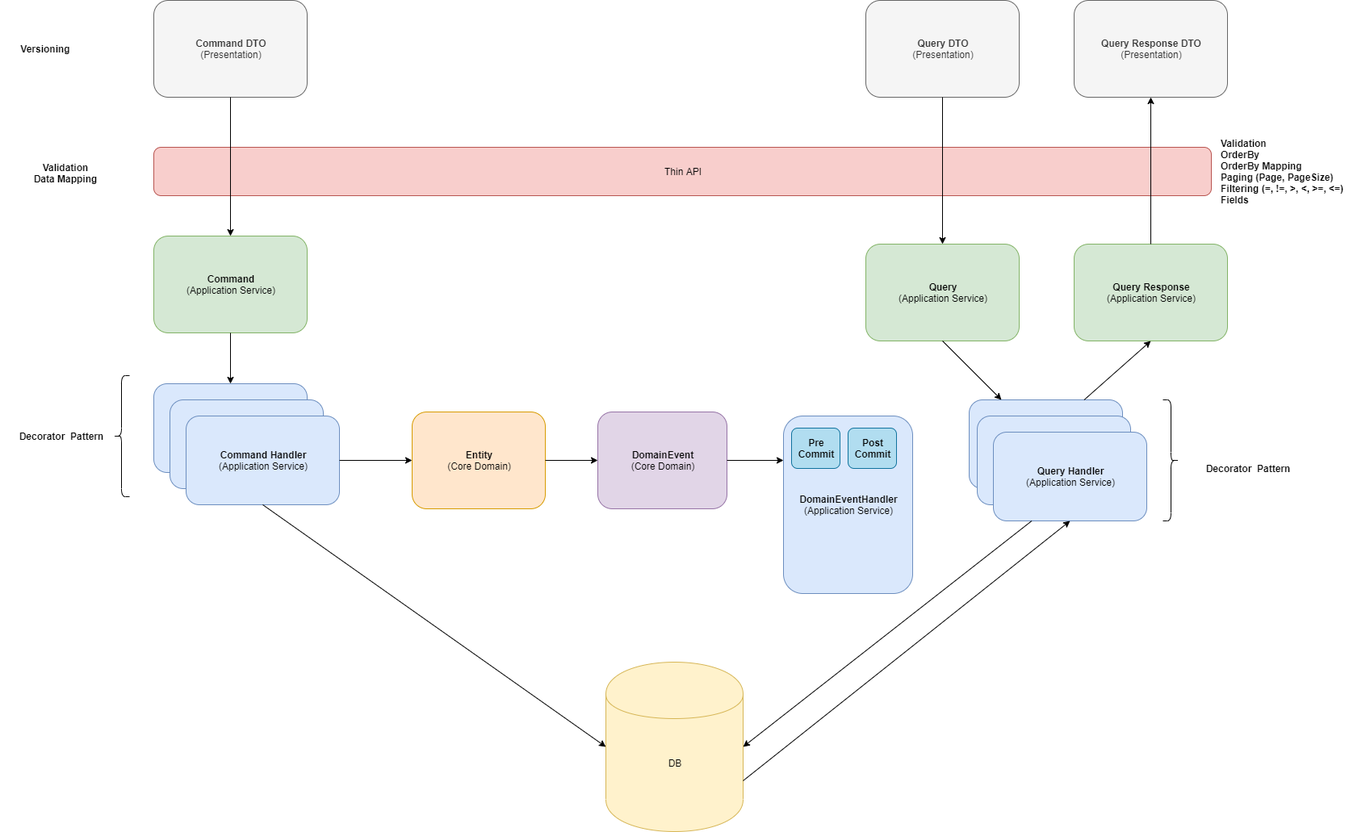
The draw.io diagram diagram.png in davidikin45/Cqrs, before a commit. Source tidied: cells renumbered, new cells last; positions are measured from the earlier drawing's top-left corner, leaving out a move shared by most shapes.
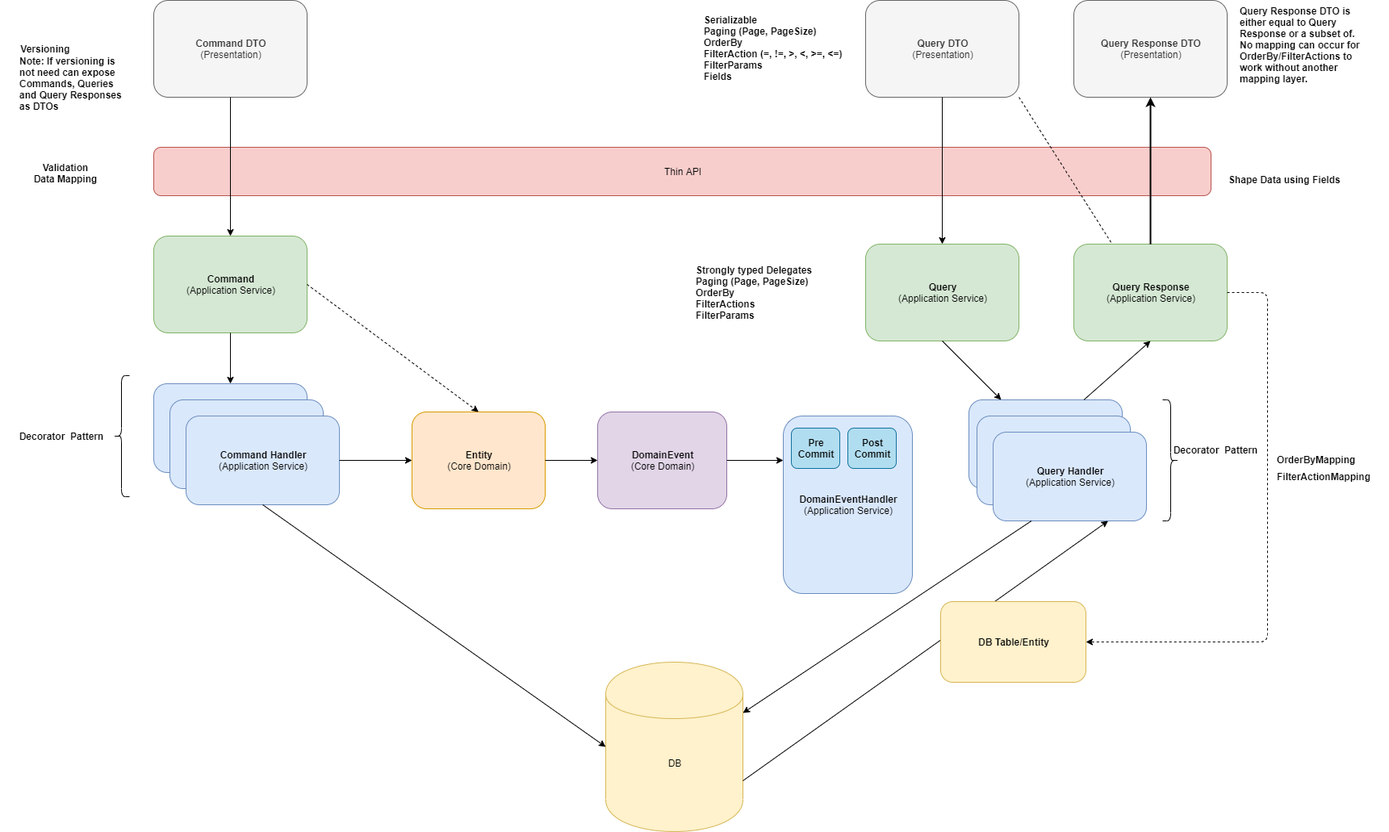
The same file after the commit.

Diff of the diagram source:
```diff
@@ -47,10 +47,10 @@
     <mxCell id="16" style="endArrow=classic;html=1;exitX=0.5;exitY=1;exitDx=0;exitDy=0;entryX=0;entryY=0.5;entryDx=0;entryDy=0;" parent="1" edge="1" source="9" target="3">
       <mxGeometry relative="1" as="geometry" />
     </mxCell>
-    <mxCell id="17" style="endArrow=classic;html=1;exitX=0.25;exitY=1;exitDx=0;exitDy=0;entryX=1;entryY=0.5;entryDx=0;entryDy=0;" parent="1" edge="1" source="11" target="3">
+    <mxCell id="17" style="endArrow=classic;html=1;exitX=0.25;exitY=1;exitDx=0;exitDy=0;entryX=1;entryY=0.3;entryDx=0;entryDy=0;" parent="1" edge="1" source="11" target="3">
       <mxGeometry relative="1" as="geometry" />
     </mxCell>
-    <mxCell id="18" style="endArrow=classic;html=1;exitX=1;exitY=0.7;exitDx=0;exitDy=0;entryX=0.5;entryY=1;entryDx=0;entryDy=0;" parent="1" edge="1" source="3" target="11">
+    <mxCell id="18" style="endArrow=classic;html=1;exitX=1;exitY=0.7;exitDx=0;exitDy=0;entryX=0.75;entryY=1;entryDx=0;entryDy=0;" parent="1" edge="1" source="3" target="11">
       <mxGeometry relative="1" as="geometry" />
     </mxCell>
     <mxCell id="19" value="&lt;b&gt;Entity&lt;/b&gt;&lt;br&gt;(Core Domain)" style="rounded=1;whiteSpace=wrap;html=1;fillColor=#ffe6cc;strokeColor=#d79b00;" parent="1" vertex="1">
@@ -71,7 +71,7 @@
     <mxCell id="24" style="endArrow=classic;html=1;exitX=0.75;exitY=0;exitDx=0;exitDy=0;entryX=0.5;entryY=1;entryDx=0;entryDy=0;" parent="1" edge="1" source="6" target="22">
       <mxGeometry relative="1" as="geometry" />
     </mxCell>
-    <mxCell id="25" style="endArrow=classic;html=1;exitX=0.5;exitY=0;exitDx=0;exitDy=0;entryX=0.5;entryY=1;entryDx=0;entryDy=0;" parent="1" edge="1" source="22" target="23">
+    <mxCell id="25" style="endArrow=classic;html=1;exitX=0.5;exitY=0;exitDx=0;exitDy=0;entryX=0.5;entryY=1;entryDx=0;entryDy=0;strokeWidth=2;" parent="1" edge="1" source="22" target="23">
       <mxGeometry relative="1" as="geometry" />
     </mxCell>
     <mxCell id="26" style="endArrow=classic;html=1;exitX=0.5;exitY=1;exitDx=0;exitDy=0;" parent="1" edge="1" source="20" target="2">
@@ -99,7 +99,7 @@
       <mxGeometry x="140" y="465" width="20" height="150" as="geometry" />
     </mxCell>
     <mxCell id="34" value="Decorator&amp;nbsp; Pattern" style="text;html=1;strokeColor=none;fillColor=none;align=center;verticalAlign=middle;whiteSpace=wrap;rounded=0;shadow=0;fontStyle=1;" parent="1" vertex="1">
-      <mxGeometry x="1490" y="570" width="110" height="20" as="geometry" />
+      <mxGeometry x="1450" y="547" width="110" height="20" as="geometry" />
     </mxCell>
     <mxCell id="35" value="Versioning" style="text;html=1;strokeColor=none;fillColor=none;align=center;verticalAlign=middle;whiteSpace=wrap;rounded=0;shadow=0;fontStyle=1;" parent="1" vertex="1">
       <mxGeometry y="50" width="110" height="20" as="geometry" />
@@ -113,8 +113,43 @@
     <mxCell id="38" value="&lt;b&gt;Post Commit&lt;/b&gt;" style="rounded=1;whiteSpace=wrap;html=1;fillColor=#b1ddf0;strokeColor=#10739e;" parent="1" vertex="1">
       <mxGeometry x="1050" y="530" width="60" height="50" as="geometry" />
     </mxCell>
-    <mxCell id="39" value="Validation&lt;br&gt;OrderBy&lt;br&gt;OrderBy Mapping&lt;br&gt;Paging (Page, PageSize)&lt;br&gt;Filtering (=, !=, &amp;gt;, &amp;lt;, &amp;gt;=, &amp;lt;=)&lt;br&gt;Fields" style="text;html=1;strokeColor=none;fillColor=none;align=left;verticalAlign=middle;whiteSpace=wrap;rounded=0;shadow=0;fontStyle=1;" parent="1" vertex="1">
-      <mxGeometry x="1510" y="200.5" width="160" height="23" as="geometry" />
+    <mxCell id="39" value="FilterActionMapping" style="text;html=1;strokeColor=none;fillColor=none;align=left;verticalAlign=middle;whiteSpace=wrap;rounded=0;shadow=0;fontStyle=1;" parent="1" vertex="1">
+      <mxGeometry x="1580" y="578.5" width="140" height="23" as="geometry" />
     </mxCell>
+    <mxCell id="40" value="Shape Data using Fields" style="text;html=1;strokeColor=none;fillColor=none;align=left;verticalAlign=middle;whiteSpace=wrap;rounded=0;shadow=0;fontStyle=1;" parent="1" vertex="1">
+      <mxGeometry x="1520" y="210.5" width="160" height="23" as="geometry" />
+    </mxCell>
+    <mxCell id="41" value="Note: If versioning is not need can expose Commands, Queries and Query Responses as DTOs" style="text;html=1;strokeColor=none;fillColor=none;align=left;verticalAlign=middle;whiteSpace=wrap;rounded=0;fontStyle=1;" parent="1" vertex="1">
+      <mxGeometry x="22" y="93" width="130" height="20" as="geometry" />
+    </mxCell>
+    <mxCell id="42" style="endArrow=classic;html=1;exitX=1;exitY=0.5;exitDx=0;exitDy=0;entryX=0.5;entryY=0;entryDx=0;entryDy=0;dashed=1;" parent="1" edge="1" source="2" target="19">
+      <mxGeometry relative="1" as="geometry" />
+    </mxCell>
+    <mxCell id="43" value="&lt;b&gt;DB Table/Entity&lt;/b&gt;" style="rounded=1;whiteSpace=wrap;html=1;fillColor=#fff2cc;strokeColor=#d6b656;" parent="1" vertex="1">
+      <mxGeometry x="1165" y="745" width="180" height="100" as="geometry" />
+    </mxCell>
+    <mxCell id="44" style="edgeStyle=segmentEdgeStyle;endArrow=classic;html=1;dashed=1;exitX=1;exitY=0.5;exitDx=0;exitDy=0;" parent="1" edge="1" source="22" target="43">
+      <mxGeometry relative="1" as="geometry">
+        <Array as="points">
+          <mxPoint x="1570" y="362" />
+          <mxPoint x="1570" y="795" />
+        </Array>
+      </mxGeometry>
+    </mxCell>
+    <mxCell id="45" value="&lt;div&gt;&lt;span&gt;Serializable&lt;/span&gt;&lt;/div&gt;&lt;div&gt;&lt;span&gt;Paging (Page, PageSize)&lt;/span&gt;&lt;/div&gt;OrderBy&lt;br&gt;FilterAction (=, !=, &amp;gt;, &amp;lt;, &amp;gt;=, &amp;lt;=)&lt;br&gt;FilterParams&lt;br&gt;Fields" style="text;html=1;strokeColor=none;fillColor=none;align=left;verticalAlign=middle;whiteSpace=wrap;rounded=0;shadow=0;fontStyle=1;" parent="1" vertex="1">
+      <mxGeometry x="870" y="47" width="190" height="23" as="geometry" />
+    </mxCell>
+    <mxCell id="46" value="Strongly typed Delegates&lt;br&gt;Paging (Page, PageSize)&lt;br&gt;OrderBy&lt;br&gt;FilterActions&lt;br&gt;FilterParams" style="text;html=1;strokeColor=none;fillColor=none;align=left;verticalAlign=middle;whiteSpace=wrap;rounded=0;shadow=0;fontStyle=1;" parent="1" vertex="1">
+      <mxGeometry x="860" y="350.5" width="200" height="23" as="geometry" />
+    </mxCell>
+    <mxCell id="47" value="Query Response DTO is either equal to Query Response or a subset of. No mapping can occur for OrderBy/FilterActions to work without another mapping layer." style="text;html=1;strokeColor=none;fillColor=none;align=left;verticalAlign=middle;whiteSpace=wrap;rounded=0;shadow=0;fontStyle=1;" parent="1" vertex="1">
+      <mxGeometry x="1534" y="43" width="160" height="23" as="geometry" />
+    </mxCell>
+    <mxCell id="48" value="OrderByMapping" style="text;html=1;strokeColor=none;fillColor=none;align=left;verticalAlign=middle;whiteSpace=wrap;rounded=0;shadow=0;fontStyle=1;" parent="1" vertex="1">
+      <mxGeometry x="1580" y="557" width="100" height="23" as="geometry" />
+    </mxCell>
+    <mxCell id="49" style="endArrow=none;dashed=1;html=1;strokeWidth=1;exitX=1;exitY=1;exitDx=0;exitDy=0;entryX=0.25;entryY=0;entryDx=0;entryDy=0;" parent="1" edge="1" source="21" target="22">
+      <mxGeometry relative="1" as="geometry" />
+    </mxCell>
   </root>
 </mxGraphModel>
```
